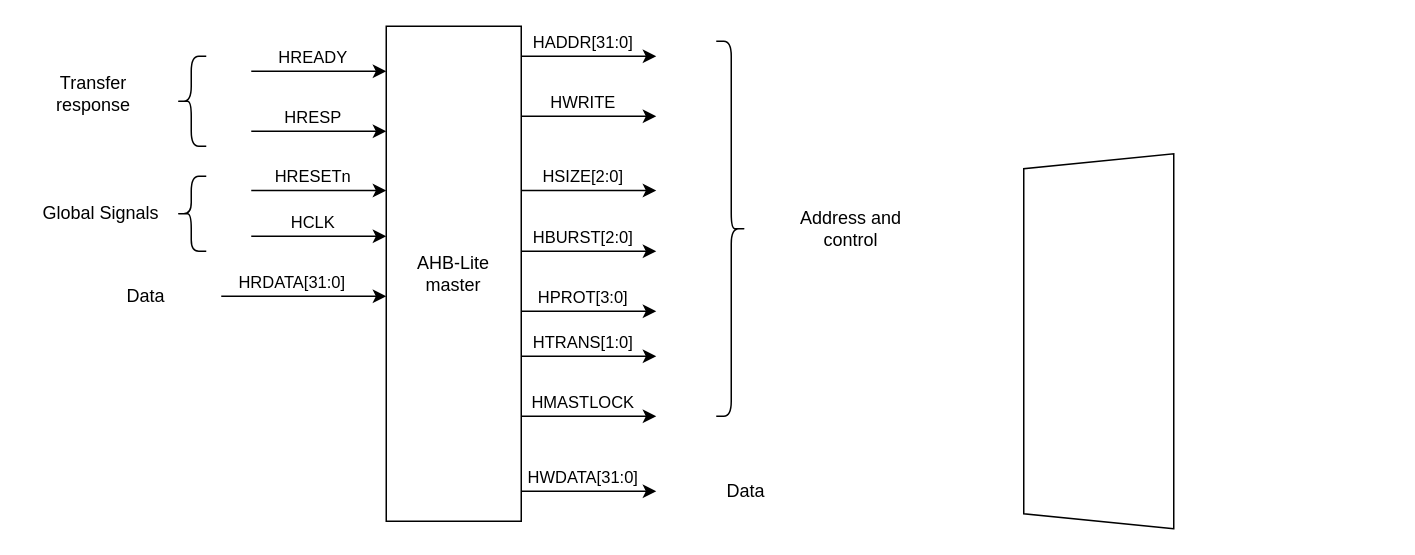
Earlier version of the draw.io diagram page "Page-2" (2 of 2) of Untitled Diagram.drawio (ASIC-Design/test). Source tidied: cells renumbered, new cells numbered last; positions are measured from the earlier drawing's top-left corner, leaving out a move shared by most shapes. Both pictures are drawn from the tidied source at 150%, with x=0, y=0 at pixel (26, 26).
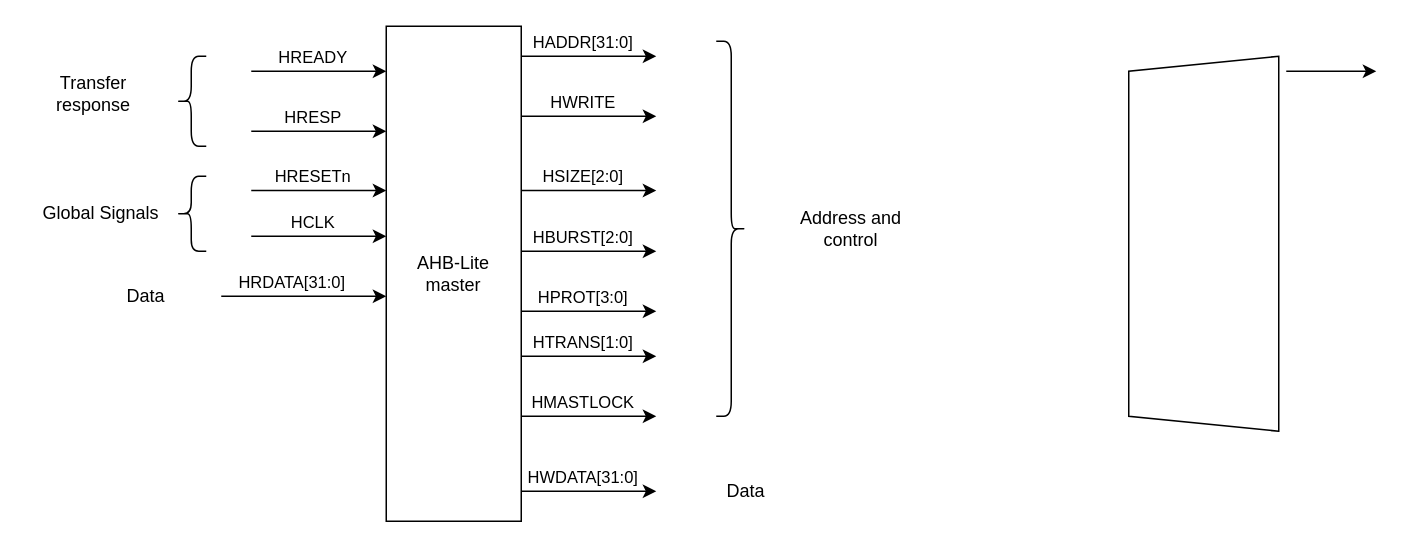
Above is the later version.

The edit, as a diff of the source:
```diff
@@
     <mxCell id="37" style="shape=trapezoid;perimeter=trapezoidPerimeter;whiteSpace=wrap;html=1;fixedSize=1;rotation=-90;size=10;" parent="1" vertex="1">
-      <mxGeometry x="590" y="160" width="250" height="100" as="geometry" />
+      <mxGeometry x="660" y="95" width="250" height="100" as="geometry" />
     </mxCell>
+    <mxCell id="38" style="endArrow=classic;html=1;" parent="1" edge="1">
+      <mxGeometry relative="1" as="geometry">
+        <mxPoint x="840" y="30" as="sourcePoint" />
+        <mxPoint x="900" y="30" as="targetPoint" />
+      </mxGeometry>
+    </mxCell>
```
